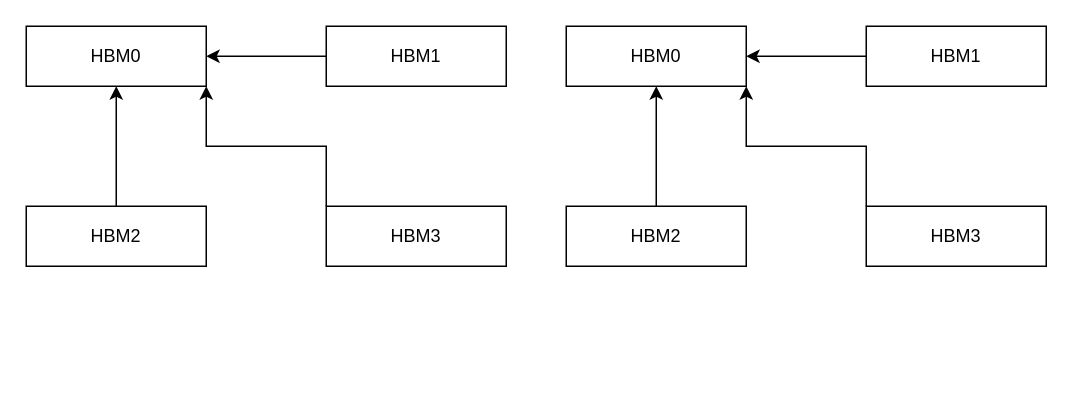
The draw.io diagram device_allreduce.drawio in BEYHHH/SBLP, before the edit. Source tidied: cells renumbered, new cells numbered last; positions are measured from the earlier drawing's top-left corner, leaving out a move shared by most shapes. Both pictures are drawn from the tidied source at 150%, with x=0, y=0 at pixel (26, 26).
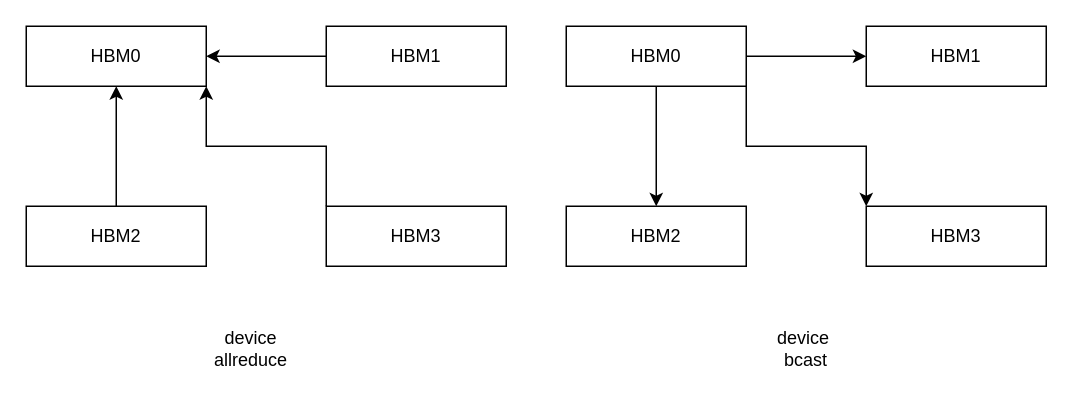
Above is the later version.

What changed in the source:
```diff
@@
 <mxGraphModel>
   <root>
     <mxCell id="0" />
     <mxCell id="1" parent="0" />
     <mxCell id="2" value="HBM0" style="rounded=0;whiteSpace=wrap;html=1;" parent="1" vertex="1">
       <mxGeometry width="120" height="40" as="geometry" />
     </mxCell>
     <mxCell id="3" style="edgeStyle=orthogonalEdgeStyle;rounded=0;jettySize=auto;html=1;" parent="1" edge="1" source="4" target="2">
       <mxGeometry relative="1" as="geometry" />
     </mxCell>
     <mxCell id="4" value="HBM1" style="rounded=0;whiteSpace=wrap;html=1;" parent="1" vertex="1">
       <mxGeometry x="200" width="120" height="40" as="geometry" />
     </mxCell>
     <mxCell id="5" style="edgeStyle=orthogonalEdgeStyle;rounded=0;jettySize=auto;html=1;" parent="1" edge="1" source="6" target="2">
       <mxGeometry relative="1" as="geometry" />
     </mxCell>
     <mxCell id="6" value="HBM2" style="rounded=0;whiteSpace=wrap;html=1;" parent="1" vertex="1">
       <mxGeometry y="120" width="120" height="40" as="geometry" />
     </mxCell>
     <mxCell id="7" value="HBM3" style="rounded=0;whiteSpace=wrap;html=1;" parent="1" vertex="1">
       <mxGeometry x="200" y="120" width="120" height="40" as="geometry" />
     </mxCell>
     <mxCell id="8" style="edgeStyle=orthogonalEdgeStyle;rounded=0;jettySize=auto;html=1;exitX=0;exitY=0;exitDx=0;exitDy=0;entryX=1;entryY=1;entryDx=0;entryDy=0;" parent="1" edge="1" source="7" target="2">
       <mxGeometry relative="1" as="geometry" />
     </mxCell>
+    <mxCell id="16" style="edgeStyle=orthogonalEdgeStyle;rounded=0;jettySize=auto;html=1;" parent="1" edge="1" source="9" target="13">
+      <mxGeometry relative="1" as="geometry" />
+    </mxCell>
+    <mxCell id="17" style="edgeStyle=orthogonalEdgeStyle;rounded=0;jettySize=auto;html=1;" parent="1" edge="1" source="9" target="11">
+      <mxGeometry relative="1" as="geometry" />
+    </mxCell>
     <mxCell id="9" value="HBM0" style="rounded=0;whiteSpace=wrap;html=1;" parent="1" vertex="1">
       <mxGeometry x="360" width="120" height="40" as="geometry" />
     </mxCell>
-    <mxCell id="10" style="edgeStyle=orthogonalEdgeStyle;rounded=0;jettySize=auto;html=1;" parent="1" edge="1" source="11" target="9">
-      <mxGeometry relative="1" as="geometry" />
-    </mxCell>
     <mxCell id="11" value="HBM1" style="rounded=0;whiteSpace=wrap;html=1;" parent="1" vertex="1">
       <mxGeometry x="560" width="120" height="40" as="geometry" />
     </mxCell>
-    <mxCell id="12" style="edgeStyle=orthogonalEdgeStyle;rounded=0;jettySize=auto;html=1;" parent="1" edge="1" source="13" target="9">
-      <mxGeometry relative="1" as="geometry" />
-    </mxCell>
     <mxCell id="13" value="HBM2" style="rounded=0;whiteSpace=wrap;html=1;" parent="1" vertex="1">
       <mxGeometry x="360" y="120" width="120" height="40" as="geometry" />
     </mxCell>
     <mxCell id="14" value="HBM3" style="rounded=0;whiteSpace=wrap;html=1;" parent="1" vertex="1">
       <mxGeometry x="560" y="120" width="120" height="40" as="geometry" />
     </mxCell>
-    <mxCell id="15" style="edgeStyle=orthogonalEdgeStyle;rounded=0;jettySize=auto;html=1;exitX=0;exitY=0;exitDx=0;exitDy=0;entryX=1;entryY=1;entryDx=0;entryDy=0;" parent="1" edge="1" source="14" target="9">
-      <mxGeometry relative="1" as="geometry" />
-    </mxCell>
+    <mxCell id="18" style="edgeStyle=orthogonalEdgeStyle;rounded=0;jettySize=auto;html=1;exitX=1;exitY=1;exitDx=0;exitDy=0;entryX=0;entryY=0;entryDx=0;entryDy=0;" parent="1" edge="1" source="9" target="14">
+      <mxGeometry relative="1" as="geometry" />
+    </mxCell>
+    <mxCell id="19" value="device allreduce" style="text;html=1;strokeColor=none;fillColor=none;align=center;verticalAlign=middle;whiteSpace=wrap;rounded=0;" parent="1" vertex="1">
+      <mxGeometry x="120" y="200" width="60" height="30" as="geometry" />
+    </mxCell>
+    <mxCell id="20" value="device&amp;nbsp;&lt;br&gt;bcast" style="text;html=1;strokeColor=none;fillColor=none;align=center;verticalAlign=middle;whiteSpace=wrap;rounded=0;" parent="1" vertex="1">
+      <mxGeometry x="490" y="200" width="60" height="30" as="geometry" />
+    </mxCell>
   </root>
 </mxGraphModel>
```
